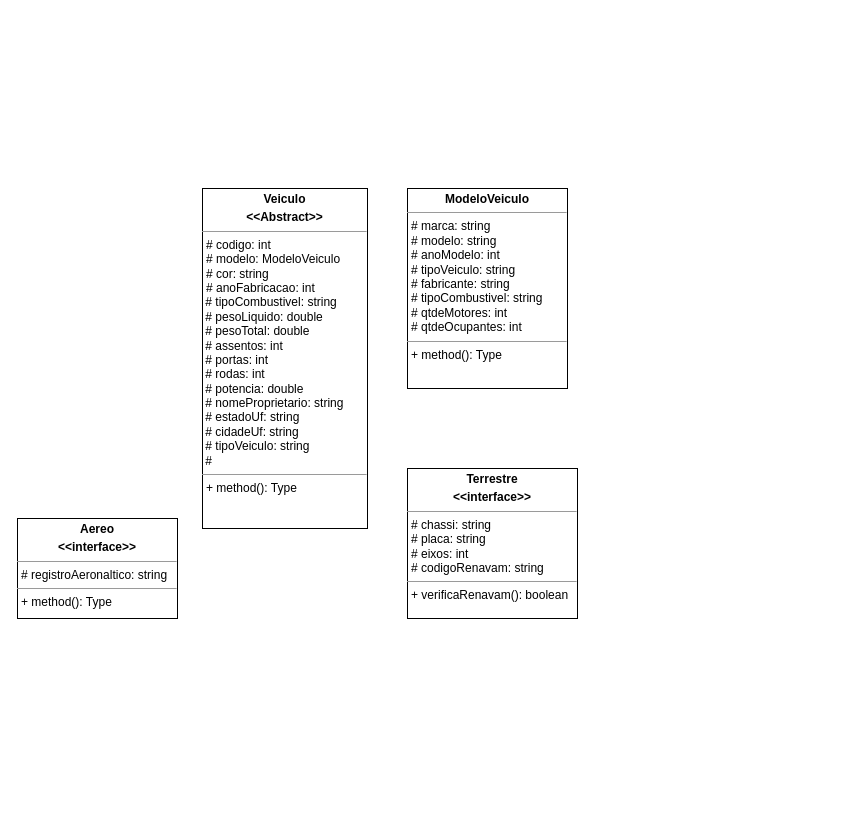
Earlier version of the draw.io diagram AULA-05/Atividade/docs/UML - Veiculos.drawio (diogoJoseFreitas/UNIDERP-2023.2-LOO). Source tidied: cells renumbered, new cells numbered last; positions are measured from the earlier drawing's top-left corner, leaving out a move shared by most shapes. Both pictures are drawn from the tidied source at 100%, with x=0, y=0 at pixel (17, 188).
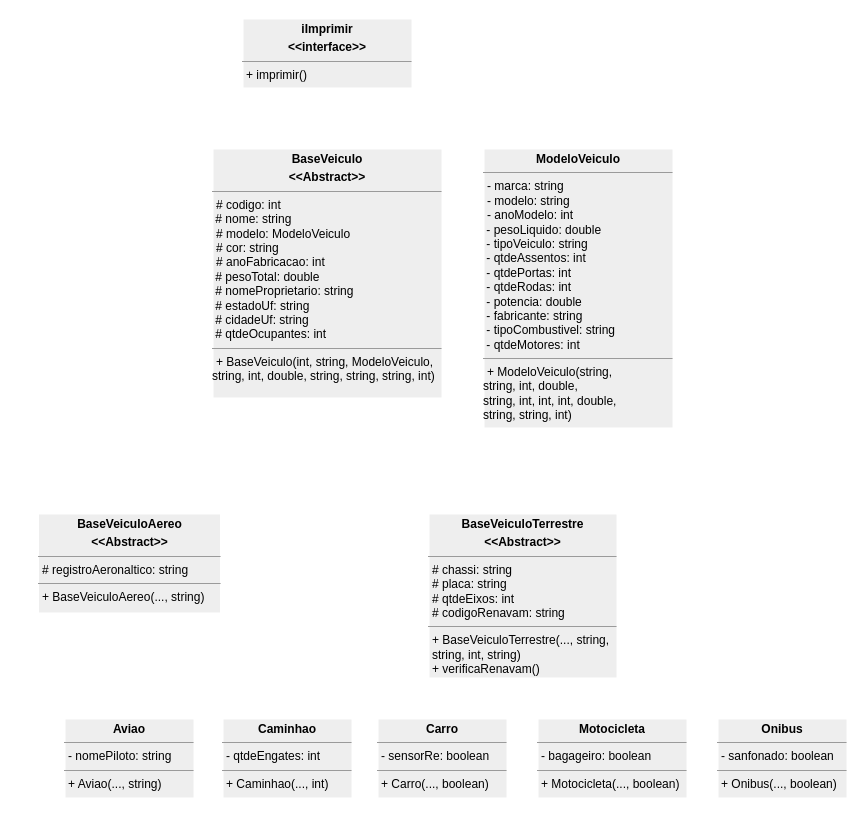
After the change.

The edit, as a diff of the source:
```diff
@@
-    <mxCell id="2" value="&lt;p style=&quot;margin:0px;margin-top:4px;text-align:center;&quot;&gt;&lt;b&gt;Veiculo&lt;/b&gt;&lt;/p&gt;&lt;p style=&quot;margin:0px;margin-top:4px;text-align:center;&quot;&gt;&lt;b&gt;&amp;lt;&amp;lt;Abstract&amp;gt;&amp;gt;&lt;/b&gt;&lt;/p&gt;&lt;hr size=&quot;1&quot;&gt;&lt;p style=&quot;margin:0px;margin-left:4px;&quot;&gt;# codigo: int&lt;/p&gt;&lt;p style=&quot;margin:0px;margin-left:4px;&quot;&gt;# modelo: ModeloVeiculo&lt;/p&gt;&lt;p style=&quot;margin:0px;margin-left:4px;&quot;&gt;# cor: string&lt;/p&gt;&lt;p style=&quot;margin:0px;margin-left:4px;&quot;&gt;# anoFabricacao: int&lt;/p&gt;&amp;nbsp;# tipoCombustivel: string&lt;br&gt;&amp;nbsp;# pesoLiquido: double&lt;br&gt;&amp;nbsp;# pesoTotal: double&lt;br&gt;&amp;nbsp;# assentos: int&lt;br&gt;&amp;nbsp;# portas: int&lt;br&gt;&amp;nbsp;# rodas: int&lt;br&gt;&amp;nbsp;# potencia: double&lt;br&gt;&amp;nbsp;# nomeProprietario: string&lt;br&gt;&amp;nbsp;# estadoUf: string&lt;br&gt;&amp;nbsp;# cidadeUf: string&lt;br&gt;&amp;nbsp;# tipoVeiculo: string&lt;br&gt;&amp;nbsp;#&amp;nbsp;&lt;br&gt;&lt;hr size=&quot;1&quot;&gt;&lt;p style=&quot;margin:0px;margin-left:4px;&quot;&gt;+ method(): Type&lt;/p&gt;" style="verticalAlign=top;align=left;overflow=fill;fontSize=12;fontFamily=Helvetica;html=1;" parent="1" vertex="1">
-      <mxGeometry x="185" width="165" height="340" as="geometry" />
-    </mxCell>
+    <mxCell id="6" style="edgeStyle=elbowEdgeStyle;rounded=0;sketch=0;elbow=vertical;html=1;strokeColor=#FFFFFF;strokeWidth=2;fontColor=#000000;" parent="1" edge="1" source="3" target="9">
+      <mxGeometry relative="1" as="geometry" />
+    </mxCell>
-    <mxCell id="3" value="&lt;p style=&quot;margin:0px;margin-top:4px;text-align:center;&quot;&gt;&lt;b&gt;Aereo&lt;/b&gt;&lt;/p&gt;&lt;p style=&quot;margin:0px;margin-top:4px;text-align:center;&quot;&gt;&lt;b&gt;&amp;lt;&amp;lt;interface&amp;gt;&amp;gt;&lt;/b&gt;&lt;/p&gt;&lt;hr size=&quot;1&quot;&gt;&lt;p style=&quot;margin:0px;margin-left:4px;&quot;&gt;# registroAeronaltico: string&lt;/p&gt;&lt;hr size=&quot;1&quot;&gt;&lt;p style=&quot;margin:0px;margin-left:4px;&quot;&gt;+ method(): Type&lt;/p&gt;" style="verticalAlign=top;align=left;overflow=fill;fontSize=12;fontFamily=Helvetica;html=1;" parent="1" vertex="1">
-      <mxGeometry y="330" width="160" height="100" as="geometry" />
+    <mxCell id="3" value="&lt;p style=&quot;margin:0px;margin-top:4px;text-align:center;&quot;&gt;&lt;b&gt;BaseVeiculoAereo&lt;/b&gt;&lt;/p&gt;&lt;p style=&quot;margin:0px;margin-top:4px;text-align:center;&quot;&gt;&lt;b&gt;&amp;lt;&amp;lt;Abstract&amp;gt;&amp;gt;&lt;/b&gt;&lt;/p&gt;&lt;hr size=&quot;1&quot;&gt;&lt;p style=&quot;margin:0px;margin-left:4px;&quot;&gt;# registroAeronaltico: string&lt;/p&gt;&lt;hr size=&quot;1&quot;&gt;&lt;p style=&quot;margin:0px;margin-left:4px;&quot;&gt;+ BaseVeiculoAereo(..., string)&lt;/p&gt;" style="verticalAlign=top;align=left;overflow=fill;fontSize=12;fontFamily=Helvetica;html=1;rounded=0;fillColor=#eeeeee;strokeColor=#FFFFFF;fontColor=#000000;strokeWidth=2;" parent="1" vertex="1">
+      <mxGeometry x="20.5" y="325" width="183" height="100" as="geometry" />
     </mxCell>
+    <mxCell id="7" style="edgeStyle=elbowEdgeStyle;sketch=0;html=1;strokeColor=#FFFFFF;strokeWidth=2;fontColor=#000000;elbow=vertical;rounded=0;" parent="1" edge="1" source="4" target="9">
+      <mxGeometry relative="1" as="geometry" />
+    </mxCell>
-    <mxCell id="4" value="&lt;p style=&quot;margin:0px;margin-top:4px;text-align:center;&quot;&gt;&lt;b&gt;Terrestre&lt;/b&gt;&lt;/p&gt;&lt;p style=&quot;margin:0px;margin-top:4px;text-align:center;&quot;&gt;&lt;b&gt;&amp;lt;&amp;lt;interface&amp;gt;&amp;gt;&lt;/b&gt;&lt;/p&gt;&lt;hr size=&quot;1&quot;&gt;&lt;p style=&quot;margin:0px;margin-left:4px;&quot;&gt;# chassi: string&lt;/p&gt;&lt;p style=&quot;margin:0px;margin-left:4px;&quot;&gt;# placa: string&lt;/p&gt;&lt;p style=&quot;margin:0px;margin-left:4px;&quot;&gt;# eixos: int&lt;/p&gt;&lt;p style=&quot;margin:0px;margin-left:4px;&quot;&gt;# codigoRenavam: string&lt;/p&gt;&lt;hr size=&quot;1&quot;&gt;&lt;p style=&quot;margin:0px;margin-left:4px;&quot;&gt;+ verificaRenavam(): boolean&lt;/p&gt;" style="verticalAlign=top;align=left;overflow=fill;fontSize=12;fontFamily=Helvetica;html=1;" parent="1" vertex="1">
-      <mxGeometry x="390" y="280" width="170" height="150" as="geometry" />
+    <mxCell id="4" value="&lt;p style=&quot;margin:0px;margin-top:4px;text-align:center;&quot;&gt;&lt;b&gt;BaseVeiculoTerrestre&lt;/b&gt;&lt;/p&gt;&lt;p style=&quot;margin:0px;margin-top:4px;text-align:center;&quot;&gt;&lt;b&gt;&amp;lt;&amp;lt;Abstract&amp;gt;&amp;gt;&lt;/b&gt;&lt;/p&gt;&lt;hr size=&quot;1&quot;&gt;&lt;p style=&quot;margin:0px;margin-left:4px;&quot;&gt;# chassi: string&lt;/p&gt;&lt;p style=&quot;margin:0px;margin-left:4px;&quot;&gt;# placa: string&lt;/p&gt;&lt;p style=&quot;margin:0px;margin-left:4px;&quot;&gt;# qtdeEixos: int&lt;/p&gt;&lt;p style=&quot;margin:0px;margin-left:4px;&quot;&gt;# codigoRenavam: string&lt;/p&gt;&lt;hr size=&quot;1&quot;&gt;&lt;p style=&quot;margin:0px;margin-left:4px;&quot;&gt;&lt;span style=&quot;background-color: initial;&quot;&gt;+ BaseVeiculoTerrestre(..., string,&lt;/span&gt;&lt;/p&gt;&lt;p style=&quot;margin:0px;margin-left:4px;&quot;&gt;&lt;span style=&quot;background-color: initial;&quot;&gt;string, int,&amp;nbsp;&lt;/span&gt;&lt;span style=&quot;background-color: initial;&quot;&gt;string)&lt;/span&gt;&lt;/p&gt;&lt;p style=&quot;margin:0px;margin-left:4px;&quot;&gt;+ verificaRenavam()&lt;/p&gt;" style="verticalAlign=top;align=left;overflow=fill;fontSize=12;fontFamily=Helvetica;html=1;rounded=0;fillColor=#eeeeee;strokeColor=#FFFFFF;fontColor=#000000;strokeWidth=2;" parent="1" vertex="1">
+      <mxGeometry x="411" y="325" width="189" height="165" as="geometry" />
     </mxCell>
-    <mxCell id="5" value="&lt;p style=&quot;margin:0px;margin-top:4px;text-align:center;&quot;&gt;&lt;b&gt;ModeloVeiculo&lt;/b&gt;&lt;/p&gt;&lt;hr size=&quot;1&quot;&gt;&lt;p style=&quot;margin:0px;margin-left:4px;&quot;&gt;&lt;span style=&quot;background-color: initial;&quot;&gt;# marca: string&lt;/span&gt;&lt;br&gt;&lt;/p&gt;&lt;p style=&quot;margin:0px;margin-left:4px;&quot;&gt;&lt;span style=&quot;background-color: initial;&quot;&gt;# modelo: string&lt;/span&gt;&lt;/p&gt;&lt;p style=&quot;margin:0px;margin-left:4px;&quot;&gt;&lt;span style=&quot;background-color: initial;&quot;&gt;# anoModelo: int&lt;br&gt;&lt;/span&gt;&lt;/p&gt;&lt;p style=&quot;margin:0px;margin-left:4px;&quot;&gt;&lt;span style=&quot;background-color: initial;&quot;&gt;# tipoVeiculo: string&lt;/span&gt;&lt;/p&gt;&lt;p style=&quot;margin:0px;margin-left:4px;&quot;&gt;&lt;span style=&quot;background-color: initial;&quot;&gt;# fabricante: string&lt;/span&gt;&lt;/p&gt;&lt;p style=&quot;margin:0px;margin-left:4px;&quot;&gt;&lt;span style=&quot;background-color: initial;&quot;&gt;# tipoCombustivel: string&lt;/span&gt;&lt;/p&gt;&lt;p style=&quot;margin:0px;margin-left:4px;&quot;&gt;&lt;span style=&quot;background-color: initial;&quot;&gt;# qtdeMotores: int&lt;/span&gt;&lt;/p&gt;&lt;p style=&quot;margin:0px;margin-left:4px;&quot;&gt;# qtdeOcupantes: int&lt;/p&gt;&lt;hr size=&quot;1&quot;&gt;&lt;p style=&quot;margin:0px;margin-left:4px;&quot;&gt;+ method(): Type&lt;/p&gt;" style="verticalAlign=top;align=left;overflow=fill;fontSize=12;fontFamily=Helvetica;html=1;" parent="1" vertex="1">
-      <mxGeometry x="390" width="160" height="200" as="geometry" />
-    </mxCell>
+    <mxCell id="8" style="edgeStyle=elbowEdgeStyle;rounded=0;sketch=0;elbow=vertical;html=1;entryX=0.5;entryY=1;entryDx=0;entryDy=0;strokeColor=#FFFFFF;strokeWidth=2;fontColor=#000000;" parent="1" edge="1" source="9" target="12">
+      <mxGeometry relative="1" as="geometry" />
+    </mxCell>
+    <mxCell id="9" value="&lt;p style=&quot;margin:0px;margin-top:4px;text-align:center;&quot;&gt;&lt;b&gt;BaseVeiculo&lt;/b&gt;&lt;/p&gt;&lt;p style=&quot;margin:0px;margin-top:4px;text-align:center;&quot;&gt;&lt;b&gt;&amp;lt;&amp;lt;Abstract&amp;gt;&amp;gt;&lt;/b&gt;&lt;/p&gt;&lt;hr size=&quot;1&quot;&gt;&lt;p style=&quot;margin:0px;margin-left:4px;&quot;&gt;# codigo: int&lt;/p&gt;&amp;nbsp;# nome: string&lt;p style=&quot;margin:0px;margin-left:4px;&quot;&gt;# modelo: ModeloVeiculo&lt;/p&gt;&lt;p style=&quot;margin:0px;margin-left:4px;&quot;&gt;# cor: string&lt;/p&gt;&lt;p style=&quot;margin:0px;margin-left:4px;&quot;&gt;# anoFabricacao: int&lt;/p&gt;&amp;nbsp;# pesoTotal: double&lt;br&gt;&amp;nbsp;# nomeProprietario: string&lt;br&gt;&amp;nbsp;# estadoUf: string&lt;br&gt;&amp;nbsp;# cidadeUf: string&lt;br&gt;&amp;nbsp;# qtdeOcupantes: int&lt;hr size=&quot;1&quot;&gt;&lt;p style=&quot;margin:0px;margin-left:4px;&quot;&gt;+ BaseVeiculo(int, string, ModeloVeiculo,&lt;/p&gt;string, int, double, string,&amp;nbsp;string,&amp;nbsp;string,&amp;nbsp;int&lt;span style=&quot;background-color: initial;&quot;&gt;)&lt;/span&gt;" style="verticalAlign=top;align=left;overflow=fill;fontSize=12;fontFamily=Helvetica;html=1;rounded=0;fillColor=#eeeeee;strokeColor=#FFFFFF;fontColor=#000000;strokeWidth=2;" parent="1" vertex="1">
+      <mxGeometry x="195" y="-40" width="230" height="250" as="geometry" />
+    </mxCell>
+    <mxCell id="10" style="edgeStyle=elbowEdgeStyle;html=1;entryX=1;entryY=0.25;entryDx=0;entryDy=0;rounded=0;endArrow=none;endFill=0;fillColor=#eeeeee;strokeColor=#FFFFFF;fontColor=#000000;strokeWidth=2;" parent="1" edge="1" source="11" target="9">
+      <mxGeometry relative="1" as="geometry" />
+    </mxCell>
+    <mxCell id="11" value="&lt;p style=&quot;margin:0px;margin-top:4px;text-align:center;&quot;&gt;&lt;b&gt;ModeloVeiculo&lt;/b&gt;&lt;/p&gt;&lt;hr size=&quot;1&quot;&gt;&lt;p style=&quot;margin:0px;margin-left:4px;&quot;&gt;&lt;span style=&quot;background-color: initial;&quot;&gt;- marca: string&lt;/span&gt;&lt;br&gt;&lt;/p&gt;&lt;p style=&quot;margin:0px;margin-left:4px;&quot;&gt;&lt;span style=&quot;background-color: initial;&quot;&gt;- modelo: string&lt;/span&gt;&lt;/p&gt;&lt;p style=&quot;margin:0px;margin-left:4px;&quot;&gt;&lt;span style=&quot;background-color: initial;&quot;&gt;- anoModelo: int&lt;/span&gt;&lt;/p&gt;&amp;nbsp;- pesoLiquido: double&lt;br&gt;&lt;div&gt;&amp;nbsp;- tipoVeiculo: string&lt;/div&gt;&lt;div&gt;&amp;nbsp;- qtdeAssentos: int&lt;/div&gt;&lt;div&gt;&amp;nbsp;- qtdePortas: int&lt;/div&gt;&lt;div&gt;&amp;nbsp;- qtdeRodas: int&lt;/div&gt;&lt;div&gt;&amp;nbsp;- potencia: double&lt;/div&gt;&lt;div&gt;&amp;nbsp;- fabricante: string&lt;/div&gt;&lt;div&gt;&amp;nbsp;- tipoCombustivel: string&lt;/div&gt;&lt;div&gt;&amp;nbsp;- qtdeMotores: int&lt;br&gt;&lt;/div&gt;&lt;hr size=&quot;1&quot;&gt;&lt;p style=&quot;margin:0px;margin-left:4px;&quot;&gt;+ ModeloVeiculo(string,&amp;nbsp;&lt;/p&gt;string, int, double,&lt;br&gt;string,&amp;nbsp;int, int, int, double,&lt;br&gt;string,&amp;nbsp;string,&amp;nbsp;int&lt;span style=&quot;background-color: initial;&quot;&gt;)&lt;/span&gt;" style="verticalAlign=top;align=left;overflow=fill;fontSize=12;fontFamily=Helvetica;html=1;rounded=0;fillColor=#eeeeee;strokeColor=#FFFFFF;fontColor=#000000;strokeWidth=2;" parent="1" vertex="1">
+      <mxGeometry x="466" y="-40" width="190" height="280" as="geometry" />
+    </mxCell>
+    <mxCell id="12" value="&lt;p style=&quot;margin:0px;margin-top:4px;text-align:center;&quot;&gt;&lt;b&gt;iImprimir&lt;/b&gt;&lt;/p&gt;&lt;p style=&quot;margin:0px;margin-top:4px;text-align:center;&quot;&gt;&lt;b&gt;&amp;lt;&amp;lt;interface&amp;gt;&amp;gt;&lt;/b&gt;&lt;/p&gt;&lt;hr size=&quot;1&quot;&gt;&lt;p style=&quot;margin:0px;margin-left:4px;&quot;&gt;&lt;/p&gt;&lt;p style=&quot;margin:0px;margin-left:4px;&quot;&gt;+ imprimir()&lt;/p&gt;" style="verticalAlign=top;align=left;overflow=fill;fontSize=12;fontFamily=Helvetica;html=1;rounded=0;fillColor=#eeeeee;strokeColor=#FFFFFF;fontColor=#000000;strokeWidth=2;" parent="1" vertex="1">
+      <mxGeometry x="225" y="-170" width="170" height="70" as="geometry" />
+    </mxCell>
+    <mxCell id="13" style="edgeStyle=elbowEdgeStyle;rounded=0;sketch=0;elbow=vertical;html=1;entryX=0.5;entryY=1;entryDx=0;entryDy=0;strokeColor=#FFFFFF;strokeWidth=2;fontColor=#000000;" parent="1" edge="1" source="14" target="3">
+      <mxGeometry relative="1" as="geometry" />
+    </mxCell>
+    <mxCell id="14" value="&lt;p style=&quot;margin:0px;margin-top:4px;text-align:center;&quot;&gt;&lt;b&gt;Aviao&lt;/b&gt;&lt;/p&gt;&lt;hr size=&quot;1&quot;&gt;&lt;p style=&quot;margin:0px;margin-left:4px;&quot;&gt;- nomePiloto: string&lt;/p&gt;&lt;hr size=&quot;1&quot;&gt;&lt;p style=&quot;margin:0px;margin-left:4px;&quot;&gt;+ Aviao(..., string)&lt;/p&gt;" style="verticalAlign=top;align=left;overflow=fill;fontSize=12;fontFamily=Helvetica;html=1;rounded=0;fillColor=#eeeeee;strokeColor=#FFFFFF;fontColor=#000000;strokeWidth=2;" parent="1" vertex="1">
+      <mxGeometry x="47" y="530" width="130" height="80" as="geometry" />
+    </mxCell>
+    <mxCell id="15" style="edgeStyle=elbowEdgeStyle;rounded=0;sketch=0;elbow=vertical;html=1;exitX=0.5;exitY=0;exitDx=0;exitDy=0;entryX=0.5;entryY=1;entryDx=0;entryDy=0;strokeColor=#FFFFFF;strokeWidth=2;fontColor=#000000;" parent="1" edge="1" source="16" target="4">
+      <mxGeometry relative="1" as="geometry" />
+    </mxCell>
+    <mxCell id="16" value="&lt;p style=&quot;margin:0px;margin-top:4px;text-align:center;&quot;&gt;&lt;b&gt;Caminhao&lt;/b&gt;&lt;/p&gt;&lt;hr size=&quot;1&quot;&gt;&lt;p style=&quot;margin:0px;margin-left:4px;&quot;&gt;- qtdeEngates: int&lt;/p&gt;&lt;hr size=&quot;1&quot;&gt;&lt;p style=&quot;margin:0px;margin-left:4px;&quot;&gt;+ Caminhao(..., int)&lt;/p&gt;" style="verticalAlign=top;align=left;overflow=fill;fontSize=12;fontFamily=Helvetica;html=1;rounded=0;fillColor=#eeeeee;strokeColor=#FFFFFF;fontColor=#000000;strokeWidth=2;" parent="1" vertex="1">
+      <mxGeometry x="205" y="530" width="130" height="80" as="geometry" />
+    </mxCell>
+    <mxCell id="17" style="edgeStyle=elbowEdgeStyle;rounded=0;sketch=0;elbow=vertical;html=1;strokeColor=#FFFFFF;strokeWidth=2;fontColor=#000000;" parent="1" edge="1" source="18" target="4">
+      <mxGeometry relative="1" as="geometry" />
+    </mxCell>
+    <mxCell id="18" value="&lt;p style=&quot;margin:0px;margin-top:4px;text-align:center;&quot;&gt;&lt;b&gt;Carro&lt;/b&gt;&lt;/p&gt;&lt;hr size=&quot;1&quot;&gt;&lt;p style=&quot;margin:0px;margin-left:4px;&quot;&gt;- sensorRe: boolean&lt;/p&gt;&lt;hr size=&quot;1&quot;&gt;&lt;p style=&quot;margin:0px;margin-left:4px;&quot;&gt;+ Carro(..., boolean)&lt;/p&gt;" style="verticalAlign=top;align=left;overflow=fill;fontSize=12;fontFamily=Helvetica;html=1;rounded=0;fillColor=#eeeeee;strokeColor=#FFFFFF;fontColor=#000000;strokeWidth=2;" parent="1" vertex="1">
+      <mxGeometry x="360" y="530" width="130" height="80" as="geometry" />
+    </mxCell>
+    <mxCell id="19" style="edgeStyle=elbowEdgeStyle;rounded=0;sketch=0;elbow=vertical;html=1;entryX=0.5;entryY=1;entryDx=0;entryDy=0;strokeColor=#FFFFFF;strokeWidth=2;fontColor=#000000;" parent="1" edge="1" source="20" target="4">
+      <mxGeometry relative="1" as="geometry" />
+    </mxCell>
+    <mxCell id="20" value="&lt;p style=&quot;margin:0px;margin-top:4px;text-align:center;&quot;&gt;&lt;b&gt;Motocicleta&lt;/b&gt;&lt;/p&gt;&lt;hr size=&quot;1&quot;&gt;&lt;p style=&quot;margin:0px;margin-left:4px;&quot;&gt;- bagageiro: boolean&lt;/p&gt;&lt;hr size=&quot;1&quot;&gt;&lt;p style=&quot;margin:0px;margin-left:4px;&quot;&gt;+ Motocicleta(..., boolean)&lt;/p&gt;" style="verticalAlign=top;align=left;overflow=fill;fontSize=12;fontFamily=Helvetica;html=1;rounded=0;fillColor=#eeeeee;strokeColor=#FFFFFF;fontColor=#000000;strokeWidth=2;" parent="1" vertex="1">
+      <mxGeometry x="520" y="530" width="150" height="80" as="geometry" />
+    </mxCell>
+    <mxCell id="21" style="edgeStyle=elbowEdgeStyle;rounded=0;sketch=0;elbow=vertical;html=1;entryX=0.5;entryY=1;entryDx=0;entryDy=0;strokeColor=#FFFFFF;strokeWidth=2;fontColor=#000000;" parent="1" edge="1" source="22" target="4">
+      <mxGeometry relative="1" as="geometry" />
+    </mxCell>
+    <mxCell id="22" value="&lt;p style=&quot;margin:0px;margin-top:4px;text-align:center;&quot;&gt;&lt;b&gt;Onibus&lt;/b&gt;&lt;/p&gt;&lt;hr size=&quot;1&quot;&gt;&lt;p style=&quot;margin:0px;margin-left:4px;&quot;&gt;- sanfonado: boolean&lt;/p&gt;&lt;hr size=&quot;1&quot;&gt;&lt;p style=&quot;margin:0px;margin-left:4px;&quot;&gt;+ Onibus(..., boolean)&lt;/p&gt;" style="verticalAlign=top;align=left;overflow=fill;fontSize=12;fontFamily=Helvetica;html=1;rounded=0;fillColor=#eeeeee;strokeColor=#FFFFFF;fontColor=#000000;strokeWidth=2;" parent="1" vertex="1">
+      <mxGeometry x="700" y="530" width="130" height="80" as="geometry" />
+    </mxCell>
```
